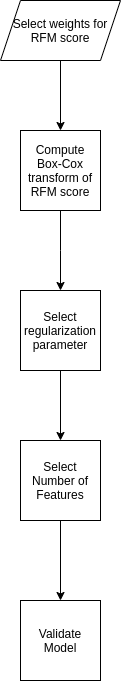
arangodb/interactive_tutorials keeps this draw.io diagram as notebooks/img/feature_selection_overview.png. Above is the earlier version. Source tidied: cells renumbered, new cells last; positions are measured from the earlier drawing's top-left corner, leaving out a move shared by most shapes.
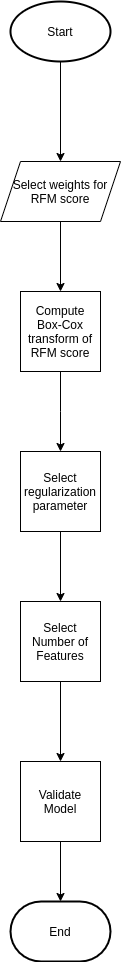
The same file after the commit.

Diff of the diagram source:
```diff
@@ -2,40 +2,52 @@
   <root>
     <mxCell id="0" />
     <mxCell id="1" parent="0" />
-    <mxCell id="2" style="group;" parent="1" vertex="1">
-      <mxGeometry width="120" height="680" as="geometry" />
-    </mxCell>
+    <mxCell id="12" style="group;" parent="1" vertex="1">
+      <mxGeometry y="-160" width="120" height="960" as="geometry" />
+    </mxCell>
-    <mxCell id="3" value="Select weights for&lt;br&gt;RFM score" style="shape=parallelogram;perimeter=parallelogramPerimeter;whiteSpace=wrap;html=1;fixedSize=1;" parent="2" vertex="1">
-      <mxGeometry width="120" height="60" as="geometry" />
+    <mxCell id="3" value="Select weights for&lt;br&gt;RFM score" style="shape=parallelogram;perimeter=parallelogramPerimeter;whiteSpace=wrap;html=1;fixedSize=1;" parent="12" vertex="1">
+      <mxGeometry y="160" width="120" height="60" as="geometry" />
     </mxCell>
-    <mxCell id="4" value="Compute&lt;br&gt;Box-Cox transform of RFM score&lt;span style=&quot;color: rgba(0 , 0 , 0 , 0) ; font-family: monospace ; font-size: 0px&quot;&gt;%3CmxGraphModel%3E%3Croot%3E%3CmxCell%20id%3D%220%22%2F%3E%3CmxCell%20id%3D%221%22%20parent%3D%220%22%2F%3E%3CmxCell%20id%3D%222%22%20value%3D%22%22%20style%3D%22rounded%3D0%3Bhtml%3D1%3BjettySize%3Dauto%3BorthogonalLoop%3D1%3BfontSize%3D11%3BendArrow%3Dblock%3BendFill%3D0%3BendSize%3D8%3BstrokeWidth%3D1%3Bshadow%3D0%3BlabelBackgroundColor%3Dnone%3BedgeStyle%3DorthogonalEdgeStyle%3B%22%20edge%3D%221%22%20source%3D%223%22%20target%3D%226%22%20parent%3D%221%22%3E%3CmxGeometry%20relative%3D%221%22%20as%3D%22geometry%22%2F%3E%3C%2FmxCell%3E%3CmxCell%20id%3D%223%22%20value%3D%22Lamp%20doesn't%20work%22%20style%3D%22rounded%3D1%3BwhiteSpace%3Dwrap%3Bhtml%3D1%3BfontSize%3D12%3Bglass%3D0%3BstrokeWidth%3D1%3Bshadow%3D0%3B%22%20vertex%3D%221%22%20parent%3D%221%22%3E%3CmxGeometry%20x%3D%22160%22%20y%3D%2280%22%20width%3D%22120%22%20height%3D%2240%22%20as%3D%22geometry%22%2F%3E%3C%2FmxCell%3E%3CmxCell%20id%3D%224%22%20value%3D%22Yes%22%20style%3D%22rounded%3D0%3Bhtml%3D1%3BjettySize%3Dauto%3BorthogonalLoop%3D1%3BfontSize%3D11%3BendArrow%3Dblock%3BendFill%3D0%3BendSize%3D8%3BstrokeWidth%3D1%3Bshadow%3D0%3BlabelBackgroundColor%3Dnone%3BedgeStyle%3DorthogonalEdgeStyle%3B%22%20edge%3D%221%22%20source%3D%226%22%20target%3D%2210%22%20parent%3D%221%22%3E%3CmxGeometry%20y%3D%2220%22%20relative%3D%221%22%20as%3D%22geometry%22%3E%3CmxPoint%20as%3D%22offset%22%2F%3E%3C%2FmxGeometry%3E%3C%2FmxCell%3E%3CmxCell%20id%3D%225%22%20value%3D%22No%22%20style%3D%22edgeStyle%3DorthogonalEdgeStyle%3Brounded%3D0%3Bhtml%3D1%3BjettySize%3Dauto%3BorthogonalLoop%3D1%3BfontSize%3D11%3BendArrow%3Dblock%3BendFill%3D0%3BendSize%3D8%3BstrokeWidth%3D1%3Bshadow%3D0%3BlabelBackgroundColor%3Dnone%3B%22%20edge%3D%221%22%20source%3D%226%22%20target%3D%227%22%20parent%3D%221%22%3E%3CmxGeometry%20y%3D%2210%22%20relative%3D%221%22%20as%3D%22geometry%22%3E%3CmxPoint%20as%3D%22offset%22%2F%3E%3C%2FmxGeometry%3E%3C%2FmxCell%3E%3CmxCell%20id%3D%226%22%20value%3D%22Lamp%26lt%3Bbr%26gt%3Bplugged%20in%3F%22%20style%3D%22rhombus%3BwhiteSpace%3Dwrap%3Bhtml%3D1%3Bshadow%3D0%3BfontFamily%3DHelvetica%3BfontSize%3D12%3Balign%3Dcenter%3BstrokeWidth%3D1%3Bspacing%3D6%3BspacingTop%3D-4%3B%22%20vertex%3D%221%22%20parent%3D%221%22%3E%3CmxGeometry%20x%3D%22170%22%20y%3D%22170%22%20width%3D%22100%22%20height%3D%2280%22%20as%3D%22geometry%22%2F%3E%3C%2FmxCell%3E%3CmxCell%20id%3D%227%22%20value%3D%22Plug%20in%20lamp%22%20style%3D%22rounded%3D1%3BwhiteSpace%3Dwrap%3Bhtml%3D1%3BfontSize%3D12%3Bglass%3D0%3BstrokeWidth%3D1%3Bshadow%3D0%3B%22%20vertex%3D%221%22%20parent%3D%221%22%3E%3CmxGeometry%20x%3D%22320%22%20y%3D%22190%22%20width%3D%22120%22%20height%3D%2240%22%20as%3D%22geometry%22%2F%3E%3C%2FmxCell%3E%3CmxCell%20id%3D%228%22%20value%3D%22No%22%20style%3D%22rounded%3D0%3Bhtml%3D1%3BjettySize%3Dauto%3BorthogonalLoop%3D1%3BfontSize%3D11%3BendArrow%3Dblock%3BendFill%3D0%3BendSize%3D8%3BstrokeWidth%3D1%3Bshadow%3D0%3BlabelBackgroundColor%3Dnone%3BedgeStyle%3DorthogonalEdgeStyle%3B%22%20edge%3D%221%22%20source%3D%2210%22%20target%3D%2211%22%20parent%3D%221%22%3E%3CmxGeometry%20x%3D%220.3333%22%20y%3D%2220%22%20relative%3D%221%22%20as%3D%22geometry%22%3E%3CmxPoint%20as%3D%22offset%22%2F%3E%3C%2FmxGeometry%3E%3C%2FmxCell%3E%3CmxCell%20id%3D%229%22%20value%3D%22Yes%22%20style%3D%22edgeStyle%3DorthogonalEdgeStyle%3Brounded%3D0%3Bhtml%3D1%3BjettySize%3Dauto%3BorthogonalLoop%3D1%3BfontSize%3D11%3BendArrow%3Dblock%3BendFill%3D0%3BendSize%3D8%3BstrokeWidth%3D1%3Bshadow%3D0%3BlabelBackgroundColor%3Dnone%3B%22%20edge%3D%221%22%20source%3D%2210%22%20target%3D%2212%22%20parent%3D%221%22%3E%3CmxGeometry%20y%3D%2210%22%20relative%3D%221%22%20as%3D%22geometry%22%3E%3CmxPoint%20as%3D%22offset%22%2F%3E%3C%2FmxGeometry%3E%3C%2FmxCell%3E%3CmxCell%20id%3D%2210%22%20value%3D%22Bulb%26lt%3Bbr%26gt%3Bburned%20out%3F%22%20style%3D%22rhombus%3BwhiteSpace%3Dwrap%3Bhtml%3D1%3Bshadow%3D0%3BfontFamily%3DHelvetica%3BfontSize%3D12%3Balign%3Dcenter%3BstrokeWidth%3D1%3Bspacing%3D6%3BspacingTop%3D-4%3B%22%20vertex%3D%221%22%20parent%3D%221%22%3E%3CmxGeometry%20x%3D%22170%22%20y%3D%22290%22%20width%3D%22100%22%20height%3D%2280%22%20as%3D%22geometry%22%2F%3E%3C%2FmxCell%3E%3CmxCell%20id%3D%2211%22%20value%3D%22Repair%20Lamp%22%20style%3D%22rounded%3D1%3BwhiteSpace%3Dwrap%3Bhtml%3D1%3BfontSize%3D12%3Bglass%3D0%3BstrokeWidth%3D1%3Bshadow%3D0%3B%22%20vertex%3D%221%22%20parent%3D%221%22%3E%3CmxGeometry%20x%3D%22160%22%20y%3D%22430%22%20width%3D%22120%22%20height%3D%2240%22%20as%3D%22geometry%22%2F%3E%3C%2FmxCell%3E%3CmxCell%20id%3D%2212%22%20value%3D%22Replace%20Bulb%22%20style%3D%22rounded%3D1%3BwhiteSpace%3Dwrap%3Bhtml%3D1%3BfontSize%3D12%3Bglass%3D0%3BstrokeWidth%3D1%3Bshadow%3D0%3B%22%20vertex%3D%221%22%20parent%3D%221%22%3E%3CmxGeometry%20x%3D%22320%22%20y%3D%22310%22%20width%3D%22120%22%20height%3D%2240%22%20as%3D%22geometry%22%2F%3E%3C%2FmxCell%3E%3C%2Froot%3E%3C%2FmxGraphModel%3E&lt;/span&gt;" style="whiteSpace=wrap;html=1;" parent="2" vertex="1">
-      <mxGeometry x="20" y="130" width="80" height="80" as="geometry" />
+    <mxCell id="4" value="Compute&lt;br&gt;Box-Cox transform of RFM score&lt;span style=&quot;color: rgba(0 , 0 , 0 , 0) ; font-family: monospace ; font-size: 0px&quot;&gt;%3CmxGraphModel%3E%3Croot%3E%3CmxCell%20id%3D%220%22%2F%3E%3CmxCell%20id%3D%221%22%20parent%3D%220%22%2F%3E%3CmxCell%20id%3D%222%22%20value%3D%22%22%20style%3D%22rounded%3D0%3Bhtml%3D1%3BjettySize%3Dauto%3BorthogonalLoop%3D1%3BfontSize%3D11%3BendArrow%3Dblock%3BendFill%3D0%3BendSize%3D8%3BstrokeWidth%3D1%3Bshadow%3D0%3BlabelBackgroundColor%3Dnone%3BedgeStyle%3DorthogonalEdgeStyle%3B%22%20edge%3D%221%22%20source%3D%223%22%20target%3D%226%22%20parent%3D%221%22%3E%3CmxGeometry%20relative%3D%221%22%20as%3D%22geometry%22%2F%3E%3C%2FmxCell%3E%3CmxCell%20id%3D%223%22%20value%3D%22Lamp%20doesn't%20work%22%20style%3D%22rounded%3D1%3BwhiteSpace%3Dwrap%3Bhtml%3D1%3BfontSize%3D12%3Bglass%3D0%3BstrokeWidth%3D1%3Bshadow%3D0%3B%22%20vertex%3D%221%22%20parent%3D%221%22%3E%3CmxGeometry%20x%3D%22160%22%20y%3D%2280%22%20width%3D%22120%22%20height%3D%2240%22%20as%3D%22geometry%22%2F%3E%3C%2FmxCell%3E%3CmxCell%20id%3D%224%22%20value%3D%22Yes%22%20style%3D%22rounded%3D0%3Bhtml%3D1%3BjettySize%3Dauto%3BorthogonalLoop%3D1%3BfontSize%3D11%3BendArrow%3Dblock%3BendFill%3D0%3BendSize%3D8%3BstrokeWidth%3D1%3Bshadow%3D0%3BlabelBackgroundColor%3Dnone%3BedgeStyle%3DorthogonalEdgeStyle%3B%22%20edge%3D%221%22%20source%3D%226%22%20target%3D%2210%22%20parent%3D%221%22%3E%3CmxGeometry%20y%3D%2220%22%20relative%3D%221%22%20as%3D%22geometry%22%3E%3CmxPoint%20as%3D%22offset%22%2F%3E%3C%2FmxGeometry%3E%3C%2FmxCell%3E%3CmxCell%20id%3D%225%22%20value%3D%22No%22%20style%3D%22edgeStyle%3DorthogonalEdgeStyle%3Brounded%3D0%3Bhtml%3D1%3BjettySize%3Dauto%3BorthogonalLoop%3D1%3BfontSize%3D11%3BendArrow%3Dblock%3BendFill%3D0%3BendSize%3D8%3BstrokeWidth%3D1%3Bshadow%3D0%3BlabelBackgroundColor%3Dnone%3B%22%20edge%3D%221%22%20source%3D%226%22%20target%3D%227%22%20parent%3D%221%22%3E%3CmxGeometry%20y%3D%2210%22%20relative%3D%221%22%20as%3D%22geometry%22%3E%3CmxPoint%20as%3D%22offset%22%2F%3E%3C%2FmxGeometry%3E%3C%2FmxCell%3E%3CmxCell%20id%3D%226%22%20value%3D%22Lamp%26lt%3Bbr%26gt%3Bplugged%20in%3F%22%20style%3D%22rhombus%3BwhiteSpace%3Dwrap%3Bhtml%3D1%3Bshadow%3D0%3BfontFamily%3DHelvetica%3BfontSize%3D12%3Balign%3Dcenter%3BstrokeWidth%3D1%3Bspacing%3D6%3BspacingTop%3D-4%3B%22%20vertex%3D%221%22%20parent%3D%221%22%3E%3CmxGeometry%20x%3D%22170%22%20y%3D%22170%22%20width%3D%22100%22%20height%3D%2280%22%20as%3D%22geometry%22%2F%3E%3C%2FmxCell%3E%3CmxCell%20id%3D%227%22%20value%3D%22Plug%20in%20lamp%22%20style%3D%22rounded%3D1%3BwhiteSpace%3Dwrap%3Bhtml%3D1%3BfontSize%3D12%3Bglass%3D0%3BstrokeWidth%3D1%3Bshadow%3D0%3B%22%20vertex%3D%221%22%20parent%3D%221%22%3E%3CmxGeometry%20x%3D%22320%22%20y%3D%22190%22%20width%3D%22120%22%20height%3D%2240%22%20as%3D%22geometry%22%2F%3E%3C%2FmxCell%3E%3CmxCell%20id%3D%228%22%20value%3D%22No%22%20style%3D%22rounded%3D0%3Bhtml%3D1%3BjettySize%3Dauto%3BorthogonalLoop%3D1%3BfontSize%3D11%3BendArrow%3Dblock%3BendFill%3D0%3BendSize%3D8%3BstrokeWidth%3D1%3Bshadow%3D0%3BlabelBackgroundColor%3Dnone%3BedgeStyle%3DorthogonalEdgeStyle%3B%22%20edge%3D%221%22%20source%3D%2210%22%20target%3D%2211%22%20parent%3D%221%22%3E%3CmxGeometry%20x%3D%220.3333%22%20y%3D%2220%22%20relative%3D%221%22%20as%3D%22geometry%22%3E%3CmxPoint%20as%3D%22offset%22%2F%3E%3C%2FmxGeometry%3E%3C%2FmxCell%3E%3CmxCell%20id%3D%229%22%20value%3D%22Yes%22%20style%3D%22edgeStyle%3DorthogonalEdgeStyle%3Brounded%3D0%3Bhtml%3D1%3BjettySize%3Dauto%3BorthogonalLoop%3D1%3BfontSize%3D11%3BendArrow%3Dblock%3BendFill%3D0%3BendSize%3D8%3BstrokeWidth%3D1%3Bshadow%3D0%3BlabelBackgroundColor%3Dnone%3B%22%20edge%3D%221%22%20source%3D%2210%22%20target%3D%2212%22%20parent%3D%221%22%3E%3CmxGeometry%20y%3D%2210%22%20relative%3D%221%22%20as%3D%22geometry%22%3E%3CmxPoint%20as%3D%22offset%22%2F%3E%3C%2FmxGeometry%3E%3C%2FmxCell%3E%3CmxCell%20id%3D%2210%22%20value%3D%22Bulb%26lt%3Bbr%26gt%3Bburned%20out%3F%22%20style%3D%22rhombus%3BwhiteSpace%3Dwrap%3Bhtml%3D1%3Bshadow%3D0%3BfontFamily%3DHelvetica%3BfontSize%3D12%3Balign%3Dcenter%3BstrokeWidth%3D1%3Bspacing%3D6%3BspacingTop%3D-4%3B%22%20vertex%3D%221%22%20parent%3D%221%22%3E%3CmxGeometry%20x%3D%22170%22%20y%3D%22290%22%20width%3D%22100%22%20height%3D%2280%22%20as%3D%22geometry%22%2F%3E%3C%2FmxCell%3E%3CmxCell%20id%3D%2211%22%20value%3D%22Repair%20Lamp%22%20style%3D%22rounded%3D1%3BwhiteSpace%3Dwrap%3Bhtml%3D1%3BfontSize%3D12%3Bglass%3D0%3BstrokeWidth%3D1%3Bshadow%3D0%3B%22%20vertex%3D%221%22%20parent%3D%221%22%3E%3CmxGeometry%20x%3D%22160%22%20y%3D%22430%22%20width%3D%22120%22%20height%3D%2240%22%20as%3D%22geometry%22%2F%3E%3C%2FmxCell%3E%3CmxCell%20id%3D%2212%22%20value%3D%22Replace%20Bulb%22%20style%3D%22rounded%3D1%3BwhiteSpace%3Dwrap%3Bhtml%3D1%3BfontSize%3D12%3Bglass%3D0%3BstrokeWidth%3D1%3Bshadow%3D0%3B%22%20vertex%3D%221%22%20parent%3D%221%22%3E%3CmxGeometry%20x%3D%22320%22%20y%3D%22310%22%20width%3D%22120%22%20height%3D%2240%22%20as%3D%22geometry%22%2F%3E%3C%2FmxCell%3E%3C%2Froot%3E%3C%2FmxGraphModel%3E&lt;/span&gt;" style="whiteSpace=wrap;html=1;" parent="12" vertex="1">
+      <mxGeometry x="20" y="290" width="80" height="80" as="geometry" />
     </mxCell>
-    <mxCell id="5" style="edgeStyle=orthogonalEdgeStyle;rounded=0;jettySize=auto;html=1;" parent="2" edge="1" source="3" target="4">
-      <mxGeometry relative="1" as="geometry" />
+    <mxCell id="5" style="edgeStyle=orthogonalEdgeStyle;rounded=0;jettySize=auto;html=1;" parent="12" edge="1" source="3" target="4">
+      <mxGeometry y="160" as="geometry" />
     </mxCell>
-    <mxCell id="6" value="Select regularization&lt;br&gt;parameter" style="whiteSpace=wrap;html=1;" parent="2" vertex="1">
-      <mxGeometry x="20" y="290" width="80" height="80" as="geometry" />
+    <mxCell id="6" value="Select regularization&lt;br&gt;parameter" style="whiteSpace=wrap;html=1;" parent="12" vertex="1">
+      <mxGeometry x="20" y="450" width="80" height="80" as="geometry" />
     </mxCell>
-    <mxCell id="7" style="edgeStyle=orthogonalEdgeStyle;rounded=0;jettySize=auto;html=1;" parent="2" edge="1" source="4" target="6">
-      <mxGeometry relative="1" as="geometry">
+    <mxCell id="7" style="edgeStyle=orthogonalEdgeStyle;rounded=0;jettySize=auto;html=1;" parent="12" edge="1" source="4" target="6">
+      <mxGeometry y="160" as="geometry">
         <Array as="points">
-          <mxPoint x="60" y="250" />
-          <mxPoint x="60" y="250" />
+          <mxPoint x="60" y="410" />
+          <mxPoint x="60" y="410" />
         </Array>
       </mxGeometry>
     </mxCell>
-    <mxCell id="8" value="Select Number of Features" style="whiteSpace=wrap;html=1;" parent="2" vertex="1">
-      <mxGeometry x="20" y="440" width="80" height="80" as="geometry" />
+    <mxCell id="8" value="Select Number of Features" style="whiteSpace=wrap;html=1;" parent="12" vertex="1">
+      <mxGeometry x="20" y="600" width="80" height="80" as="geometry" />
     </mxCell>
-    <mxCell id="9" style="edgeStyle=orthogonalEdgeStyle;rounded=0;jettySize=auto;html=1;" parent="2" edge="1" source="6" target="8">
-      <mxGeometry relative="1" as="geometry" />
+    <mxCell id="9" style="edgeStyle=orthogonalEdgeStyle;rounded=0;jettySize=auto;html=1;" parent="12" edge="1" source="6" target="8">
+      <mxGeometry y="160" as="geometry" />
     </mxCell>
-    <mxCell id="10" value="Validate Model" style="whiteSpace=wrap;html=1;" parent="2" vertex="1">
-      <mxGeometry x="20" y="600" width="80" height="80" as="geometry" />
+    <mxCell id="10" value="Validate Model" style="whiteSpace=wrap;html=1;" parent="12" vertex="1">
+      <mxGeometry x="20" y="760" width="80" height="80" as="geometry" />
     </mxCell>
-    <mxCell id="11" style="edgeStyle=orthogonalEdgeStyle;rounded=0;jettySize=auto;html=1;" parent="2" edge="1" source="8" target="10">
-      <mxGeometry relative="1" as="geometry" />
+    <mxCell id="11" style="edgeStyle=orthogonalEdgeStyle;rounded=0;jettySize=auto;html=1;" parent="12" edge="1" source="8" target="10">
+      <mxGeometry y="160" as="geometry" />
     </mxCell>
+    <mxCell id="13" value="End" style="strokeWidth=2;html=1;shape=mxgraph.flowchart.terminator;whiteSpace=wrap;" parent="12" vertex="1">
+      <mxGeometry x="10" y="900" width="100" height="60" as="geometry" />
+    </mxCell>
+    <mxCell id="14" style="edgeStyle=orthogonalEdgeStyle;rounded=0;jettySize=auto;html=1;" parent="12" edge="1" source="10" target="13">
+      <mxGeometry relative="1" as="geometry" />
+    </mxCell>
+    <mxCell id="15" style="edgeStyle=orthogonalEdgeStyle;rounded=0;jettySize=auto;html=1;" parent="12" edge="1" source="16" target="3">
+      <mxGeometry relative="1" as="geometry" />
+    </mxCell>
+    <mxCell id="16" value="Start" style="strokeWidth=2;html=1;shape=mxgraph.flowchart.start_1;whiteSpace=wrap;" parent="12" vertex="1">
+      <mxGeometry x="10" width="100" height="60" as="geometry" />
+    </mxCell>
   </root>
 </mxGraphModel>
```
